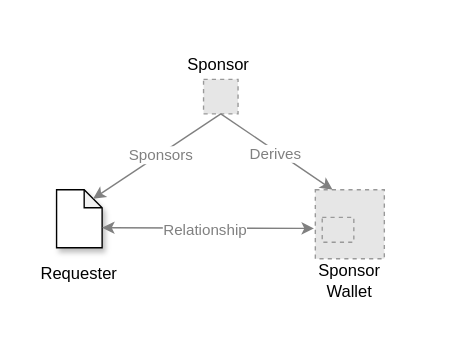
The draw.io diagram docs/reference/airnode/latest/assets/diagrams/concepts-sponsor-relationships.drawio in api3dao/vitepress-docs, before the edit. Source tidied: cells renumbered, new cells numbered last; positions are measured from the earlier drawing's top-left corner, leaving out a move shared by most shapes. Both pictures are drawn from the tidied source at 138%, with x=0, y=0 at pixel (51, 51). Pictures stored in the file or linked from it are replaced by grey dashed boxes.
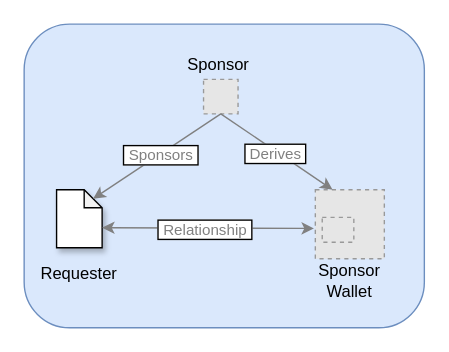
The same page after the edit.

The edit, as a diff of the source:
```diff
@@
 <mxGraphModel>
   <root>
     <mxCell id="0" />
     <mxCell id="1" parent="0" />
+    <mxCell id="15" style="rounded=1;whiteSpace=wrap;html=1;fillColor=#dae8fc;strokeColor=#6c8ebf;" parent="1" vertex="1">
+      <mxGeometry x="-20" y="-20" width="290" height="220" as="geometry" />
+    </mxCell>
     <mxCell id="2" style="fillColor=#E6E6E6;strokeColor=#999999;dashed=1;verticalLabelPosition=bottom;verticalAlign=top;" parent="1" vertex="1">
       <mxGeometry x="110" y="20" width="25" height="25" as="geometry" />
     </mxCell>
     <mxCell id="3" style="fillColor=#E6E6E6;strokeColor=#999999;dashed=1;verticalLabelPosition=bottom;verticalAlign=top;" parent="1" vertex="1">
       <mxGeometry x="191" y="100" width="50" height="50" as="geometry" />
     </mxCell>
     <mxCell id="4" style="fillColor=#E6E6E6;strokeColor=#999999;dashed=1;verticalLabelPosition=bottom;verticalAlign=top;" parent="1" vertex="1">
       <mxGeometry x="196" y="120" width="22.9" height="18" as="geometry" />
     </mxCell>
     <mxCell id="5" style="shape=note;whiteSpace=wrap;html=1;backgroundOutline=1;darkOpacity=0.05;size=13;shadow=1;" parent="1" vertex="1">
       <mxGeometry x="3.5" y="100" width="33" height="42" as="geometry" />
     </mxCell>
     <mxCell id="6" style="endArrow=classic;startArrow=classic;html=1;exitX=0;exitY=0;exitDx=33;exitDy=27.5;exitPerimeter=0;strokeColor=#808080;" parent="1" edge="1" source="5">
       <mxGeometry relative="1" as="geometry">
         <mxPoint x="190" y="128" as="targetPoint" />
       </mxGeometry>
     </mxCell>
-    <mxCell id="7" value="&lt;font color=&quot;#808080&quot;&gt;Relationship&lt;/font&gt;" style="edgeLabel;html=1;align=center;verticalAlign=middle;" parent="6" vertex="1">
+    <mxCell id="7" value="&lt;font color=&quot;#808080&quot;&gt;&amp;nbsp;Relationship&amp;nbsp;&lt;/font&gt;" style="edgeLabel;html=1;align=center;verticalAlign=middle;labelBorderColor=default;" parent="6" vertex="1">
       <mxGeometry x="-0.03" y="-1" relative="1" as="geometry" />
     </mxCell>
     <mxCell id="8" value="Sponsor" style="text;html=1;strokeColor=none;fillColor=none;align=center;verticalAlign=middle;whiteSpace=wrap;rounded=0;" parent="1" vertex="1">
       <mxGeometry x="101" width="40" height="20" as="geometry" />
     </mxCell>
     <mxCell id="9" value="Requester" style="text;html=1;strokeColor=none;fillColor=none;align=center;verticalAlign=middle;whiteSpace=wrap;rounded=0;shadow=1;" parent="1" vertex="1">
       <mxGeometry y="151" width="40" height="20" as="geometry" />
     </mxCell>
     <mxCell id="10" value="Sponsor Wallet" style="text;html=1;strokeColor=none;fillColor=none;align=center;verticalAlign=middle;whiteSpace=wrap;rounded=0;shadow=1;" parent="1" vertex="1">
       <mxGeometry x="196" y="156" width="40" height="20" as="geometry" />
     </mxCell>
     <mxCell id="11" style="endArrow=classic;html=1;strokeColor=#808080;exitX=0.5;exitY=1;exitDx=0;exitDy=0;entryX=0;entryY=0;entryDx=26.5;entryDy=6.5;entryPerimeter=0;" parent="1" edge="1" source="2" target="5">
       <mxGeometry relative="1" as="geometry" />
     </mxCell>
-    <mxCell id="12" value="&lt;font color=&quot;#808080&quot;&gt;Sponsors&lt;/font&gt;" style="edgeLabel;html=1;align=center;verticalAlign=middle;" parent="11" vertex="1">
+    <mxCell id="12" value="&lt;font color=&quot;#808080&quot;&gt;&amp;nbsp;Sponsors&amp;nbsp;&lt;/font&gt;" style="edgeLabel;html=1;align=center;verticalAlign=middle;labelBorderColor=default;" parent="11" vertex="1">
       <mxGeometry x="-0.05" relative="1" as="geometry" />
     </mxCell>
     <mxCell id="13" style="endArrow=classic;html=1;strokeColor=#808080;entryX=0.25;entryY=0;entryDx=0;entryDy=0;exitX=0.5;exitY=1;exitDx=0;exitDy=0;" parent="1" edge="1" source="2" target="3">
       <mxGeometry relative="1" as="geometry" />
     </mxCell>
-    <mxCell id="14" value="&lt;font color=&quot;#808080&quot;&gt;Derives&lt;br&gt;&lt;/font&gt;" style="edgeLabel;html=1;align=center;verticalAlign=middle;" parent="13" vertex="1">
+    <mxCell id="14" value="&lt;font color=&quot;#808080&quot;&gt;&amp;nbsp;Derives&amp;nbsp;&lt;br&gt;&lt;/font&gt;" style="edgeLabel;html=1;align=center;verticalAlign=middle;labelBorderColor=default;" parent="13" vertex="1">
       <mxGeometry x="-0.06" y="1" relative="1" as="geometry">
         <mxPoint y="3" as="offset" />
       </mxGeometry>
     </mxCell>
   </root>
 </mxGraphModel>
```
